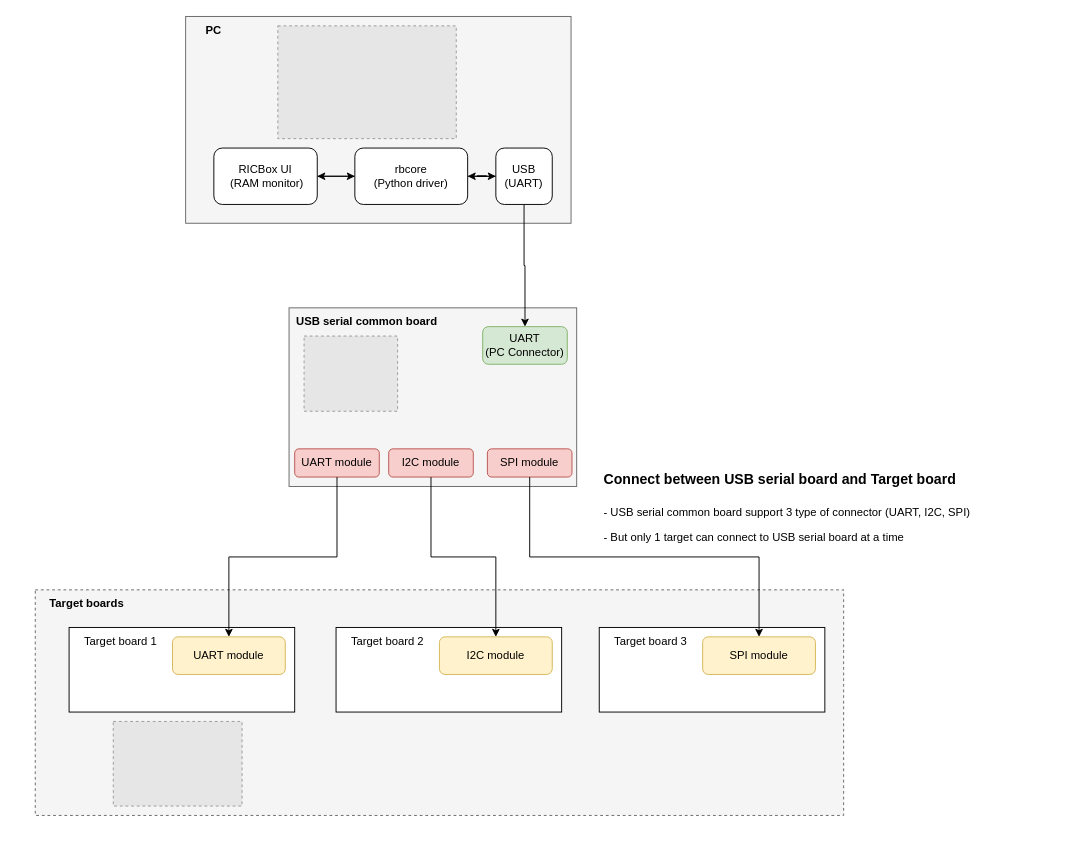
This is draw/USB-serial-high-level-diagram.drawio from kakazaro/drawio, a draw.io file, before an edit. Source tidied: cells renumbered, new cells numbered last; positions are measured from the earlier drawing's top-left corner, leaving out a move shared by most shapes. Both pictures are drawn from the tidied source at 94%, with x=0, y=0 at pixel (35, 16). Pictures stored in the file or linked from it are replaced by grey dashed boxes.
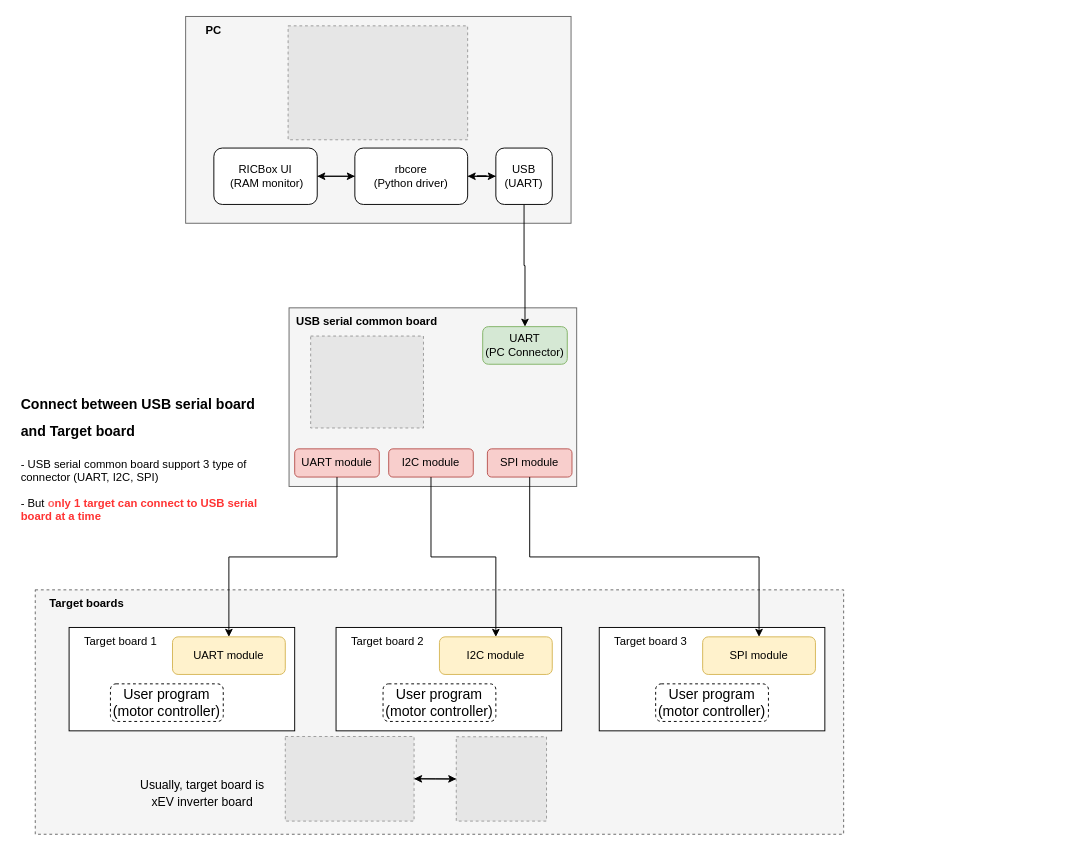
Above is the later version.

Diff of the diagram source:
```diff
@@
     <mxCell id="2" style="rounded=0;whiteSpace=wrap;html=1;dashed=1;fillColor=#f5f5f5;fontColor=#333333;strokeColor=#666666;" parent="1" vertex="1">
-      <mxGeometry y="610" width="860" height="240" as="geometry" />
+      <mxGeometry y="610" width="860" height="260" as="geometry" />
     </mxCell>
@@
-    <mxCell id="12" style="fillColor=#E6E6E6;strokeColor=#999999;dashed=1;verticalLabelPosition=bottom;labelBackgroundColor=default;verticalAlign=top;" parent="1" vertex="1">
-      <mxGeometry x="286" y="340" width="99.5" height="80" as="geometry" />
-    </mxCell>
@@
     <mxCell id="20" style="rounded=0;whiteSpace=wrap;html=1;" parent="1" vertex="1">
-      <mxGeometry x="36" y="650" width="240" height="90" as="geometry" />
+      <mxGeometry x="36" y="650" width="240" height="110" as="geometry" />
     </mxCell>
@@
     <mxCell id="23" style="rounded=0;whiteSpace=wrap;html=1;" parent="1" vertex="1">
-      <mxGeometry x="320" y="650" width="240" height="90" as="geometry" />
+      <mxGeometry x="320" y="650" width="240" height="110" as="geometry" />
     </mxCell>
@@
     <mxCell id="26" style="rounded=0;whiteSpace=wrap;html=1;" parent="1" vertex="1">
-      <mxGeometry x="600" y="650" width="240" height="90" as="geometry" />
+      <mxGeometry x="600" y="650" width="240" height="110" as="geometry" />
     </mxCell>
@@
-    <mxCell id="32" value="&lt;h1&gt;&lt;font style=&quot;font-size: 15px;&quot;&gt;Connect between USB serial board and Target board&lt;/font&gt;&lt;/h1&gt;&lt;p&gt;- USB serial common board support 3 type of connector (UART, I2C, SPI)&lt;/p&gt;&lt;p&gt;- But only 1 target can connect to USB serial board at a time&lt;/p&gt;" style="text;html=1;strokeColor=none;fillColor=none;spacing=5;spacingTop=-20;whiteSpace=wrap;overflow=hidden;rounded=0;dashed=1;" parent="1" vertex="1">
-      <mxGeometry x="600" y="470" width="504" height="100" as="geometry" />
+    <mxCell id="32" value="&lt;h1&gt;&lt;font style=&quot;font-size: 15px;&quot;&gt;Connect between USB serial board and Target board&lt;/font&gt;&lt;/h1&gt;&lt;p&gt;- USB serial common board support 3 type of connector (UART, I2C, SPI)&lt;/p&gt;&lt;p&gt;- But &lt;b&gt;&lt;font color=&quot;#ff6666&quot;&gt;o&lt;/font&gt;&lt;font color=&quot;#ff3333&quot;&gt;nly 1 target can connect to USB serial board at a time&lt;/font&gt;&lt;/b&gt;&lt;/p&gt;" style="text;html=1;strokeColor=none;fillColor=none;spacing=5;spacingTop=-20;whiteSpace=wrap;overflow=hidden;rounded=0;dashed=1;" parent="1" vertex="1">
+      <mxGeometry x="-20" y="390" width="263" height="170" as="geometry" />
     </mxCell>
@@
-    <mxCell id="34" style="fillColor=#E6E6E6;strokeColor=#999999;dashed=1;verticalLabelPosition=bottom;labelBackgroundColor=default;verticalAlign=top;" parent="1" vertex="1">
-      <mxGeometry x="258.1" y="10" width="189.8" height="120" as="geometry" />
-    </mxCell>
+    <mxCell id="36" style="edgeStyle=orthogonalEdgeStyle;rounded=0;jettySize=auto;html=1;strokeColor=default;fontSize=15;endArrow=classic;endFill=1;" parent="1" edge="1" source="35" target="38">
+      <mxGeometry relative="1" as="geometry" />
+    </mxCell>
     <mxCell id="35" style="fillColor=#E6E6E6;strokeColor=#999999;dashed=1;verticalLabelPosition=bottom;labelBackgroundColor=default;verticalAlign=top;" parent="1" vertex="1">
-      <mxGeometry x="83" y="750" width="137" height="90" as="geometry" />
+      <mxGeometry x="266" y="766" width="137" height="90" as="geometry" />
     </mxCell>
+    <mxCell id="37" style="edgeStyle=orthogonalEdgeStyle;rounded=0;jettySize=auto;html=1;entryX=1;entryY=0.5;entryDx=0;entryDy=0;strokeColor=default;fontSize=15;endArrow=classic;endFill=1;" parent="1" edge="1" source="38" target="35">
+      <mxGeometry relative="1" as="geometry" />
+    </mxCell>
+    <mxCell id="38" style="fillColor=#E6E6E6;strokeColor=#999999;dashed=1;verticalLabelPosition=bottom;labelBackgroundColor=default;verticalAlign=top;" parent="1" vertex="1">
+      <mxGeometry x="447.9" y="766.3" width="96" height="89.7" as="geometry" />
+    </mxCell>
+    <mxCell id="39" value="User program (motor controller)" style="rounded=1;whiteSpace=wrap;html=1;dashed=1;fontSize=15;" parent="1" vertex="1">
+      <mxGeometry x="80" y="710" width="120" height="40" as="geometry" />
+    </mxCell>
+    <mxCell id="40" value="User program (motor controller)" style="rounded=1;whiteSpace=wrap;html=1;dashed=1;fontSize=15;" parent="1" vertex="1">
+      <mxGeometry x="370" y="710" width="120" height="40" as="geometry" />
+    </mxCell>
+    <mxCell id="41" value="User program (motor controller)" style="rounded=1;whiteSpace=wrap;html=1;dashed=1;fontSize=15;" parent="1" vertex="1">
+      <mxGeometry x="660" y="710" width="120" height="40" as="geometry" />
+    </mxCell>
+    <mxCell id="42" value="&lt;font style=&quot;font-size: 13px;&quot; color=&quot;#000000&quot;&gt;Usually, target board is xEV inverter board&lt;/font&gt;" style="text;html=1;strokeColor=none;fillColor=none;align=center;verticalAlign=middle;whiteSpace=wrap;rounded=0;dashed=1;fontSize=15;fontColor=#FF3333;" parent="1" vertex="1">
+      <mxGeometry x="98.1" y="800" width="160" height="50" as="geometry" />
+    </mxCell>
+    <mxCell id="43" style="fillColor=#E6E6E6;strokeColor=#999999;dashed=1;verticalLabelPosition=bottom;labelBackgroundColor=default;verticalAlign=top;" parent="1" vertex="1">
+      <mxGeometry x="293" y="340" width="120" height="97.8" as="geometry" />
+    </mxCell>
+    <mxCell id="44" style="fillColor=#E6E6E6;strokeColor=#999999;dashed=1;verticalLabelPosition=bottom;labelBackgroundColor=default;verticalAlign=top;" parent="1" vertex="1">
+      <mxGeometry x="269" y="10" width="191" height="121.2" as="geometry" />
+    </mxCell>
```
